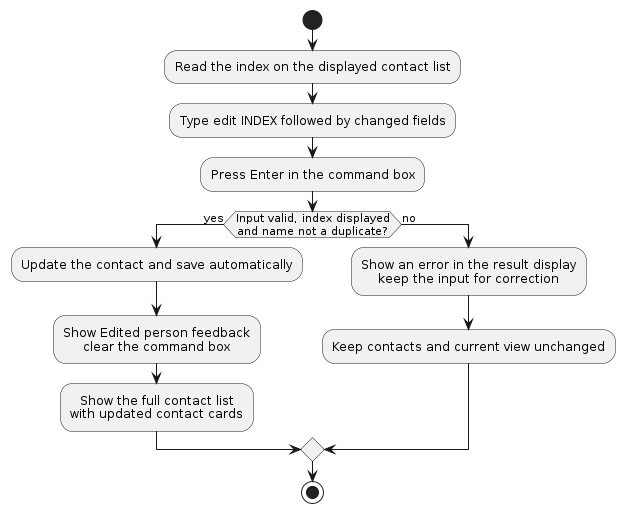
This is diagrams/EditContactActivityDiagram.png from AY2627S1-CS2103T-F15-3/tp, a PlantUML export, as it was before one commit. Its source is kept beside it as diagrams/EditContactActivityDiagram.puml.
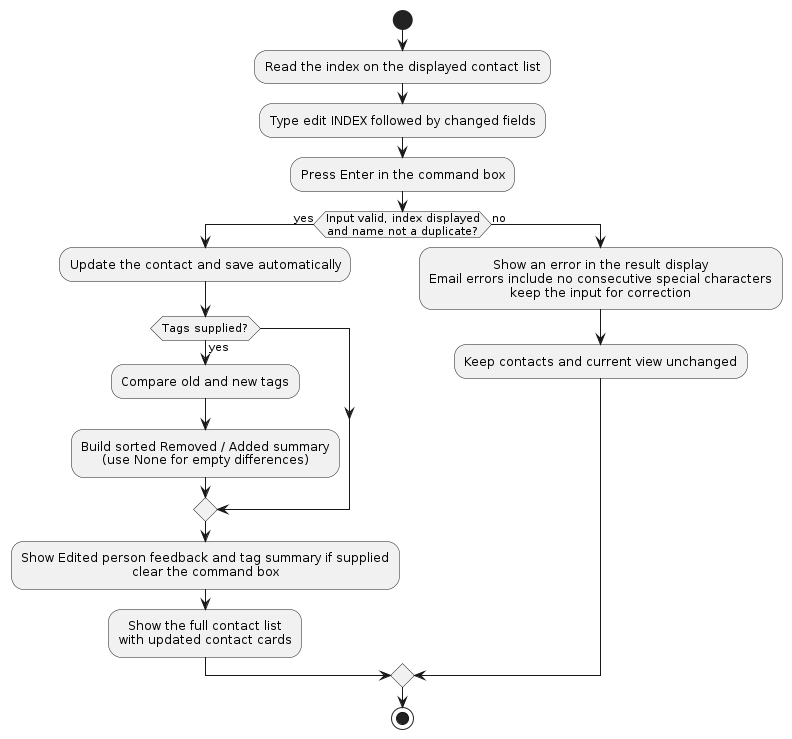
The same diagram one commit later.

What changed in the source:
```diff
@@ -8,11 +8,15 @@
 if (Input valid, index displayed
 and name not a duplicate?) then (yes)
   :Update the contact and save automatically;
-  :Show Edited person feedback\nclear the command box;
+  if (Tags supplied?) then (yes)
+    :Compare old and new tags;
+    :Build sorted Removed / Added summary\n(use None for empty differences);
+  endif
+  :Show Edited person feedback and tag summary if supplied\nclear the command box;
   :Show the full contact list
 with updated contact cards;
 else (no)
-  :Show an error in the result display\nkeep the input for correction;
+  :Show an error in the result display\nEmail errors include no consecutive special characters\nkeep the input for correction;
   :Keep contacts and current view unchanged;
 endif
 stop
```
